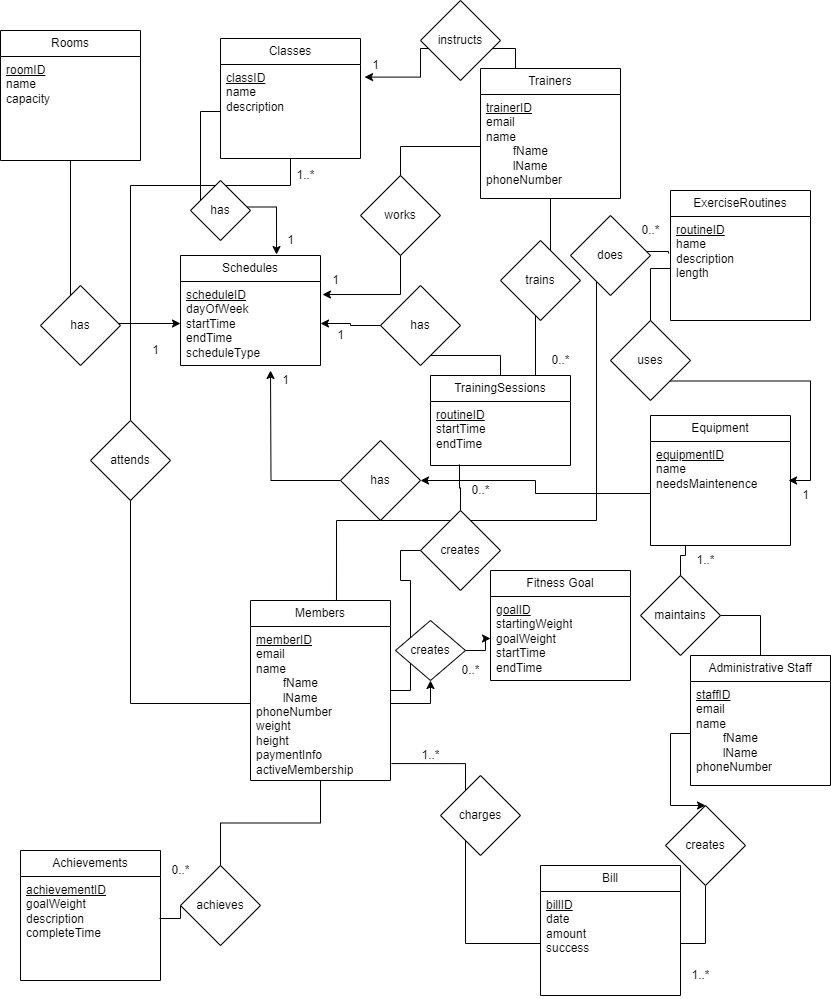
Earlier version of the draw.io export ER-Model.png (116taj/COMP3005Project). Source tidied: cells renumbered, new cells last; positions are measured from the earlier drawing's top-left corner, leaving out a move shared by most shapes.
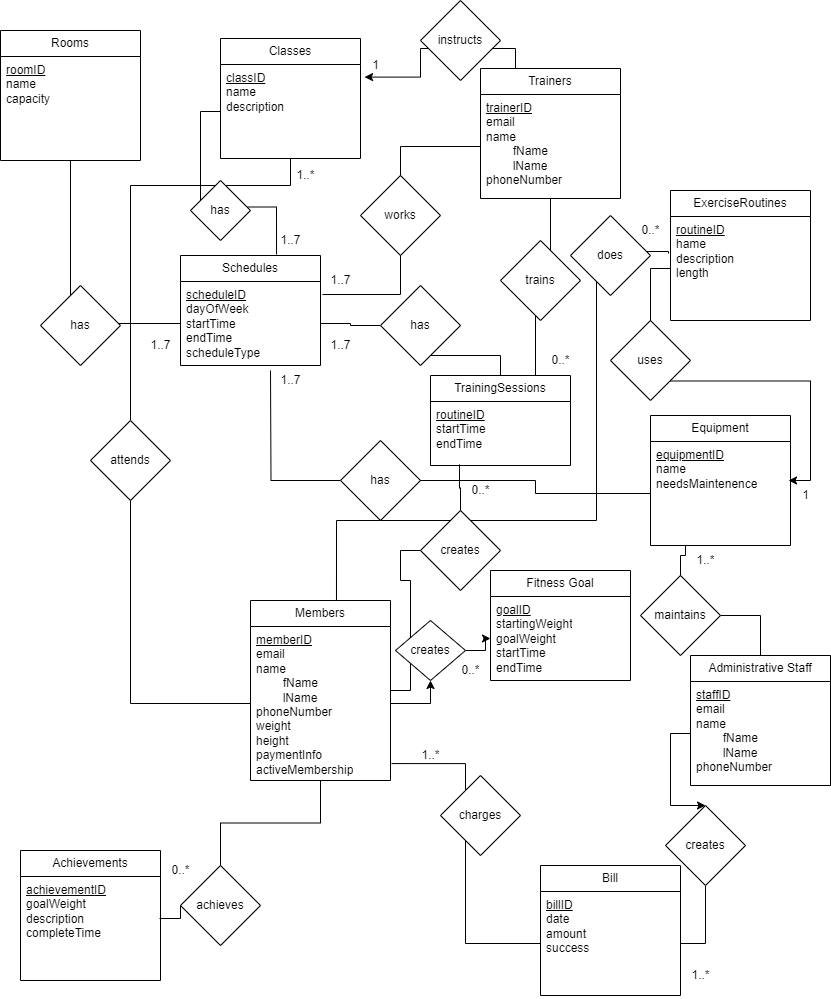
Above is the later version.

The edit, as a diff of the source:
```diff
@@ -81,7 +81,7 @@
     <mxCell id="23" value="&lt;u&gt;roomID&lt;/u&gt;&lt;br&gt;name&lt;br&gt;capacity" style="text;strokeColor=none;fillColor=none;align=left;verticalAlign=top;spacingLeft=4;spacingRight=4;overflow=hidden;whiteSpace=wrap;html=1;" parent="22" vertex="1">
       <mxGeometry y="26" width="140" height="104" as="geometry" />
     </mxCell>
-    <mxCell id="24" style="edgeStyle=orthogonalEdgeStyle;rounded=0;jettySize=auto;html=1;" parent="1" edge="1" source="47">
+    <mxCell id="24" style="edgeStyle=orthogonalEdgeStyle;rounded=0;jettySize=auto;html=1;endArrow=none;endFill=0;" parent="1" edge="1" source="47">
       <mxGeometry relative="1" as="geometry">
         <mxPoint x="270" y="370" as="targetPoint" />
       </mxGeometry>
@@ -98,16 +98,16 @@
     <mxCell id="28" value="&lt;u&gt;billID&lt;/u&gt;&lt;br&gt;date&lt;br&gt;amount&lt;br&gt;success&lt;br&gt;&lt;br&gt;&lt;br&gt;&lt;div&gt;&lt;br&gt;&lt;/div&gt;" style="text;strokeColor=none;fillColor=none;align=left;verticalAlign=top;spacingLeft=4;spacingRight=4;overflow=hidden;points=[[0,0.5],[1,0.5]];portConstraint=eastwest;whiteSpace=wrap;html=1;" parent="27" vertex="1">
       <mxGeometry y="26" width="140" height="104" as="geometry" />
     </mxCell>
-    <mxCell id="29" style="edgeStyle=orthogonalEdgeStyle;rounded=0;jettySize=auto;html=1;entryX=1.014;entryY=0.155;entryDx=0;entryDy=0;entryPerimeter=0;" parent="1" edge="1" source="13" target="15">
+    <mxCell id="29" style="edgeStyle=orthogonalEdgeStyle;rounded=0;jettySize=auto;html=1;entryX=1.014;entryY=0.155;entryDx=0;entryDy=0;entryPerimeter=0;endArrow=none;endFill=0;" parent="1" edge="1" source="13" target="15">
       <mxGeometry relative="1" as="geometry" />
     </mxCell>
-    <mxCell id="30" style="edgeStyle=orthogonalEdgeStyle;rounded=0;jettySize=auto;html=1;entryX=0;entryY=0.5;entryDx=0;entryDy=0;" parent="1" edge="1" source="22" target="15">
+    <mxCell id="30" style="edgeStyle=orthogonalEdgeStyle;rounded=0;jettySize=auto;html=1;entryX=0;entryY=0.5;entryDx=0;entryDy=0;endArrow=none;endFill=0;" parent="1" edge="1" source="22" target="15">
       <mxGeometry relative="1" as="geometry" />
     </mxCell>
     <mxCell id="31" style="edgeStyle=orthogonalEdgeStyle;rounded=0;jettySize=auto;html=1;entryX=0.986;entryY=0.375;entryDx=0;entryDy=0;entryPerimeter=0;" parent="1" edge="1" source="10" target="26">
       <mxGeometry relative="1" as="geometry" />
     </mxCell>
-    <mxCell id="32" style="edgeStyle=orthogonalEdgeStyle;rounded=0;jettySize=auto;html=1;" parent="1" edge="1" source="45" target="15">
+    <mxCell id="32" style="edgeStyle=orthogonalEdgeStyle;rounded=0;jettySize=auto;html=1;endArrow=none;endFill=0;" parent="1" edge="1" source="45" target="15">
       <mxGeometry relative="1" as="geometry" />
     </mxCell>
     <mxCell id="33" style="edgeStyle=orthogonalEdgeStyle;rounded=0;jettySize=auto;html=1;entryX=0.75;entryY=0;entryDx=0;entryDy=0;endArrow=none;endFill=0;" parent="1" edge="1" source="12" target="34">
@@ -125,7 +125,7 @@
     <mxCell id="37" value="&lt;u&gt;classID&lt;/u&gt;&lt;br&gt;name&lt;br&gt;description" style="text;strokeColor=none;fillColor=none;align=left;verticalAlign=top;spacingLeft=4;spacingRight=4;overflow=hidden;points=[[0,0.5],[1,0.5]];portConstraint=eastwest;whiteSpace=wrap;html=1;" parent="36" vertex="1">
       <mxGeometry y="26" width="140" height="94" as="geometry" />
     </mxCell>
-    <mxCell id="38" style="edgeStyle=orthogonalEdgeStyle;rounded=0;jettySize=auto;html=1;entryX=0.686;entryY=-0.009;entryDx=0;entryDy=0;entryPerimeter=0;" parent="1" edge="1" source="37" target="14">
+    <mxCell id="38" style="edgeStyle=orthogonalEdgeStyle;rounded=0;jettySize=auto;html=1;entryX=0.686;entryY=-0.009;entryDx=0;entryDy=0;entryPerimeter=0;endArrow=none;endFill=0;" parent="1" edge="1" source="37" target="14">
       <mxGeometry relative="1" as="geometry" />
     </mxCell>
     <mxCell id="39" style="edgeStyle=orthogonalEdgeStyle;rounded=0;jettySize=auto;html=1;endArrow=none;endFill=0;" parent="1" edge="1" source="51" target="28">
@@ -155,7 +155,7 @@
     <mxCell id="47" value="has" style="rhombus;whiteSpace=wrap;html=1;" parent="1" vertex="1">
       <mxGeometry x="340" y="440" width="80" height="80" as="geometry" />
     </mxCell>
-    <mxCell id="48" style="edgeStyle=orthogonalEdgeStyle;rounded=0;jettySize=auto;html=1;" parent="1" edge="1" source="26" target="47">
+    <mxCell id="48" style="edgeStyle=orthogonalEdgeStyle;rounded=0;jettySize=auto;html=1;endArrow=none;endFill=0;" parent="1" edge="1" source="26" target="47">
       <mxGeometry relative="1" as="geometry" />
     </mxCell>
     <mxCell id="49" value="trains" style="rhombus;whiteSpace=wrap;html=1;" parent="1" vertex="1">
@@ -233,21 +233,9 @@
     <mxCell id="73" value="creates" style="rhombus;whiteSpace=wrap;html=1;" parent="1" vertex="1">
       <mxGeometry x="420" y="510" width="80" height="80" as="geometry" />
     </mxCell>
-    <mxCell id="74" value="1" style="text;html=1;align=center;verticalAlign=middle;strokeColor=none;fillColor=none;" parent="1" vertex="1">
-      <mxGeometry x="275" y="225" width="30" height="30" as="geometry" />
+    <mxCell id="74" value="1..7" style="text;html=1;align=center;verticalAlign=middle;strokeColor=none;fillColor=none;" parent="1" vertex="1">
+      <mxGeometry x="270" y="225" width="40" height="30" as="geometry" />
     </mxCell>
-    <mxCell id="75" value="1" style="text;html=1;align=center;verticalAlign=middle;strokeColor=none;fillColor=none;" parent="1" vertex="1">
-      <mxGeometry x="320" y="265" width="30" height="30" as="geometry" />
-    </mxCell>
-    <mxCell id="76" value="1" style="text;html=1;align=center;verticalAlign=middle;strokeColor=none;fillColor=none;" parent="1" vertex="1">
-      <mxGeometry x="140" y="335" width="30" height="30" as="geometry" />
-    </mxCell>
-    <mxCell id="77" value="1" style="text;html=1;align=center;verticalAlign=middle;strokeColor=none;fillColor=none;" parent="1" vertex="1">
-      <mxGeometry x="270" y="365" width="30" height="30" as="geometry" />
-    </mxCell>
-    <mxCell id="78" value="1" style="text;html=1;align=center;verticalAlign=middle;strokeColor=none;fillColor=none;" parent="1" vertex="1">
-      <mxGeometry x="325" y="320" width="30" height="30" as="geometry" />
-    </mxCell>
     <mxCell id="79" value="0..*" style="text;html=1;align=center;verticalAlign=middle;strokeColor=none;fillColor=none;" parent="1" vertex="1">
       <mxGeometry x="460" y="475" width="40" height="30" as="geometry" />
     </mxCell>
@@ -257,5 +245,17 @@
     <mxCell id="81" style="edgeStyle=orthogonalEdgeStyle;rounded=0;jettySize=auto;html=1;entryX=0.5;entryY=1;entryDx=0;entryDy=0;endArrow=none;endFill=0;" parent="1" edge="1" source="6" target="55">
       <mxGeometry relative="1" as="geometry" />
     </mxCell>
+    <mxCell id="82" value="1..7" style="text;html=1;align=center;verticalAlign=middle;strokeColor=none;fillColor=none;" parent="1" vertex="1">
+      <mxGeometry x="320" y="265" width="40" height="30" as="geometry" />
+    </mxCell>
+    <mxCell id="83" value="1..7" style="text;html=1;align=center;verticalAlign=middle;strokeColor=none;fillColor=none;" parent="1" vertex="1">
+      <mxGeometry x="320" y="330" width="40" height="30" as="geometry" />
+    </mxCell>
+    <mxCell id="84" value="1..7" style="text;html=1;align=center;verticalAlign=middle;strokeColor=none;fillColor=none;" parent="1" vertex="1">
+      <mxGeometry x="270" y="365" width="40" height="30" as="geometry" />
+    </mxCell>
+    <mxCell id="85" value="1..7" style="text;html=1;align=center;verticalAlign=middle;strokeColor=none;fillColor=none;" parent="1" vertex="1">
+      <mxGeometry x="140" y="330" width="40" height="30" as="geometry" />
+    </mxCell>
   </root>
 </mxGraphModel>
```
